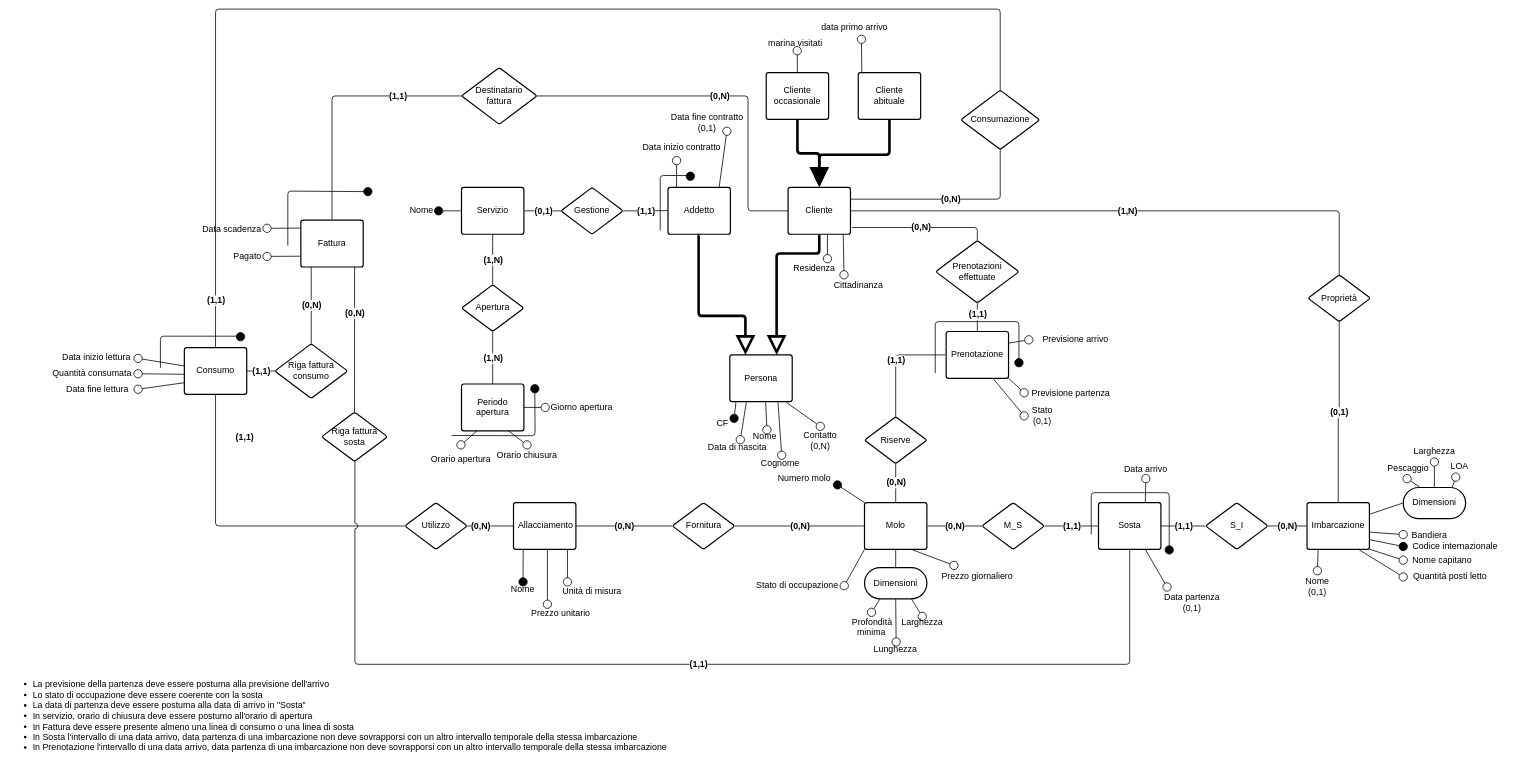
Above: page "Concettuale ridotto" (4 of 5) of src_relazione_tex/Er.drawio in alessandro-massarenti/Progetto-basi-di-dati-2022 (draw.io), before the change. Source tidied: cells renumbered, new cells numbered last; positions are measured from the earlier drawing's top-left corner, leaving out a move shared by most shapes. Both pictures are drawn from the tidied source at 52%, with x=0, y=0 at pixel (9, 9).
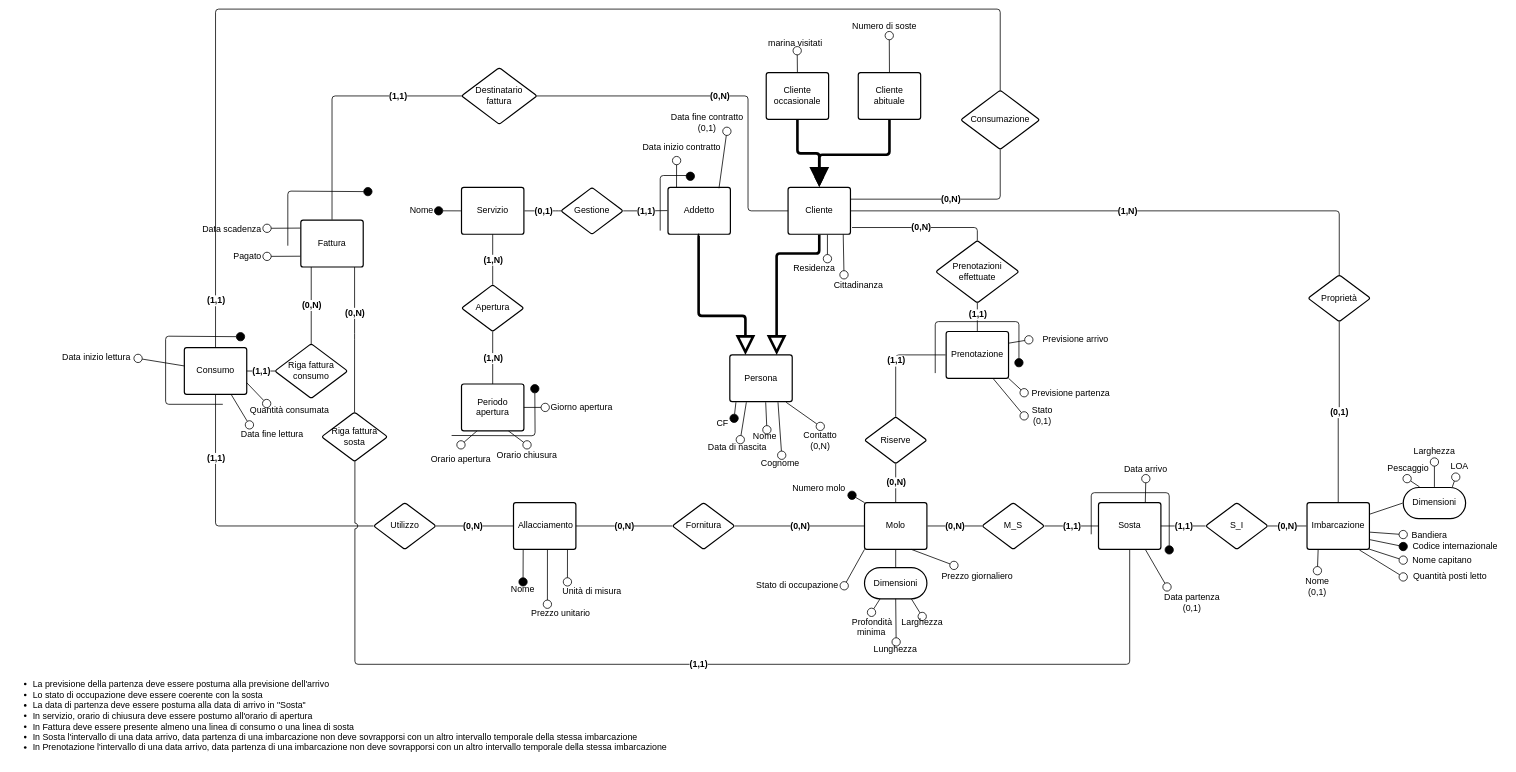
Above is the later version.

Commit message:
Cambiata la chiave di Consumo

Unchanged cells that the change refers to:
```xml
<mxCell id="96" value="Cliente abituale" style="html=1;overflow=block;blockSpacing=1;whiteSpace=wrap;fontSize=17;fontColor=#000000;spacing=9;strokeColor=#000000;strokeOpacity=100;rounded=1;absoluteArcSize=1;arcSize=9;strokeWidth=2.3;" parent="1" vertex="1">
  <mxGeometry x="1633" y="122" width="120" height="90" as="geometry" />
</mxCell>
<mxCell id="125" value="Consumo" style="html=1;overflow=block;blockSpacing=1;whiteSpace=wrap;fontSize=17;fontColor=#000000;spacing=9;strokeColor=#000000;strokeOpacity=100;rounded=1;absoluteArcSize=1;arcSize=9;strokeWidth=2.3;fillColor=none;" parent="1" vertex="1">
  <mxGeometry x="337" y="651" width="120" height="90" as="geometry" />
</mxCell>
<mxCell id="142" style="html=1;jettySize=18;whiteSpace=wrap;fontSize=17;strokeColor=#000000;strokeWidth=1.5;rounded=1;arcSize=12;edgeStyle=orthogonalEdgeStyle;jumpStyle=arc;startArrow=none;endArrow=none;exitX=0;exitY=0.5;entryX=1;entryY=0.5;entryDx=0;entryDy=0;exitDx=0;exitDy=0;" parent="1" edge="1" source="32" target="141">
  <mxGeometry relative="1" as="geometry" />
</mxCell>
<mxCell id="144" style="html=1;jettySize=18;whiteSpace=wrap;fontSize=17;fontColor=#000000;fontStyle=1;strokeColor=#000000;strokeWidth=1.5;rounded=1;arcSize=12;edgeStyle=orthogonalEdgeStyle;startArrow=none;endArrow=none;exitX=0;exitY=0.5;exitDx=0;exitDy=0;entryX=0.5;entryY=1;entryDx=0;entryDy=0;" parent="1" edge="1" source="141" target="125">
  <mxGeometry relative="1" as="geometry">
    <Array as="points">
      <mxPoint x="397" y="994" />
    </Array>
  </mxGeometry>
</mxCell>
```

Diff of the diagram source:
```diff
@@
     <mxCell id="18" value="Quantità consumata" style="html=1;overflow=block;blockSpacing=1;whiteSpace=wrap;fontSize=17;fontColor=#000000;spacing=0;fillColor=none;strokeWidth=1.5;strokeColor=none;" parent="1" vertex="1">
-      <mxGeometry x="71" y="687" width="177" height="27" as="geometry" />
+      <mxGeometry x="451" y="758.5" width="177" height="27" as="geometry" />
     </mxCell>
@@
-    <mxCell id="20" value="data primo arrivo" style="html=1;overflow=block;blockSpacing=1;whiteSpace=wrap;fontSize=17;fontColor=#000000;spacing=0;fillColor=none;strokeWidth=1.5;strokeColor=none;" parent="1" vertex="1">
-      <mxGeometry x="1536" y="13" width="180" height="45" as="geometry" />
+    <mxCell id="20" value="Numero di soste" style="html=1;overflow=block;blockSpacing=1;whiteSpace=wrap;fontSize=17;fontColor=#000000;spacing=0;fillColor=none;strokeWidth=1.5;strokeColor=none;" parent="1" vertex="1">
+      <mxGeometry x="1621" y="14" width="125" height="37" as="geometry" />
     </mxCell>
@@
     <mxCell id="22" value="Data fine lettura" style="html=1;overflow=block;blockSpacing=1;whiteSpace=wrap;fontSize=17;fontColor=#000000;spacing=0;fillColor=none;strokeWidth=1.5;strokeColor=none;" parent="1" vertex="1">
-      <mxGeometry x="92" y="721" width="156" height="20" as="geometry" />
+      <mxGeometry x="441" y="802.5" width="130" height="32" as="geometry" />
     </mxCell>
@@
-    <mxCell id="101" style="html=1;jettySize=18;whiteSpace=wrap;fontSize=17;strokeColor=#000000;strokeWidth=1.5;rounded=1;arcSize=12;startArrow=none;endArrow=oval;endFill=0;endSize=16;exitX=0.057;exitY=-0.012;exitPerimeter=0;entryX=0.573;entryY=1;entryPerimeter=0;" parent="1" edge="1" source="96" target="20">
+    <mxCell id="101" style="html=1;jettySize=18;whiteSpace=wrap;fontSize=17;strokeColor=#000000;strokeWidth=1.5;rounded=1;arcSize=12;startArrow=none;endArrow=oval;endFill=0;endSize=16;exitX=0.5;exitY=0;entryX=0.573;entryY=1;entryPerimeter=0;exitDx=0;exitDy=0;" parent="1" edge="1" source="96" target="20">
       <mxGeometry relative="1" as="geometry" />
     </mxCell>
@@
-    <mxCell id="127" style="html=1;jettySize=18;whiteSpace=wrap;fontSize=17;strokeColor=#000000;strokeWidth=1.5;rounded=1;arcSize=12;startArrow=none;endArrow=oval;endFill=0;endSize=16;exitX=0;exitY=0.75;entryX=1;entryY=0.5;entryPerimeter=0;exitDx=0;exitDy=0;" parent="1" edge="1" source="125" target="22">
+    <mxCell id="127" style="html=1;jettySize=18;whiteSpace=wrap;fontSize=17;strokeColor=#000000;strokeWidth=1.5;rounded=1;arcSize=12;startArrow=none;endArrow=oval;endFill=0;endSize=16;exitX=0.75;exitY=1;entryX=0.163;entryY=-0.092;exitDx=0;exitDy=0;entryDx=0;entryDy=0;entryPerimeter=0;" parent="1" edge="1" source="125" target="22">
       <mxGeometry relative="1" as="geometry" />
     </mxCell>
-    <mxCell id="128" style="html=1;jettySize=18;whiteSpace=wrap;fontSize=17;strokeColor=#000000;strokeWidth=1.5;rounded=1;arcSize=12;startArrow=none;endArrow=oval;endFill=0;endSize=16;exitX=0.004;exitY=0.57;exitPerimeter=0;entryX=1;entryY=0.528;entryPerimeter=0;exitDx=0;exitDy=0;" parent="1" edge="1" source="125" target="18">
+    <mxCell id="128" style="html=1;jettySize=18;whiteSpace=wrap;fontSize=17;strokeColor=#000000;strokeWidth=1.5;rounded=1;arcSize=12;startArrow=none;endArrow=oval;endFill=0;endSize=16;exitX=1;exitY=0.75;entryX=0.25;entryY=0;exitDx=0;exitDy=0;entryDx=0;entryDy=0;" parent="1" edge="1" source="125" target="18">
       <mxGeometry relative="1" as="geometry" />
     </mxCell>
@@
     <mxCell id="141" value="Utilizzo" style="html=1;overflow=block;blockSpacing=1;whiteSpace=wrap;rhombus;fontSize=17;fontColor=#000000;spacing=3.8;strokeColor=#000000;strokeOpacity=100;rounded=1;absoluteArcSize=1;arcSize=9;strokeWidth=2.3;" parent="1" vertex="1">
-      <mxGeometry x="761" y="949" width="120" height="90" as="geometry" />
+      <mxGeometry x="701" y="949" width="120" height="90" as="geometry" />
     </mxCell>
@@
     <mxCell id="143" value="(0,N)" style="text;html=1;labelBackgroundColor=default;align=center;verticalAlign=middle;fontStyle=1;fontColor=#000000;fontSize=17;" parent="142" vertex="1">
-      <mxGeometry x="0.44" relative="1" as="geometry" />
+      <mxGeometry x="0.44" relative="1" as="geometry">
+        <mxPoint x="28" as="offset" />
+      </mxGeometry>
     </mxCell>
@@
     <mxCell id="145" value="(1,1)" style="text;html=1;labelBackgroundColor=default;align=center;verticalAlign=middle;fontStyle=1;fontColor=#000000;fontSize=17;" parent="144" vertex="1">
       <mxGeometry relative="1" as="geometry">
-        <mxPoint y="-170" as="offset" />
+        <mxPoint x="-25" y="-131" as="offset" />
       </mxGeometry>
     </mxCell>
     <mxCell id="146" value="Numero molo" style="html=1;overflow=block;blockSpacing=1;whiteSpace=wrap;fontSize=17;fontColor=#000000;spacing=0;fillColor=none;strokeWidth=1.5;strokeColor=none;" parent="1" vertex="1">
-      <mxGeometry x="1466" y="890" width="127" height="25" as="geometry" />
+      <mxGeometry x="1494" y="910" width="127" height="25" as="geometry" />
     </mxCell>
@@
     <mxCell id="156" style="html=1;jettySize=18;whiteSpace=wrap;fontSize=17;strokeColor=#000000;strokeWidth=1.5;rounded=1;arcSize=12;edgeStyle=orthogonalEdgeStyle;startArrow=none;endArrow=oval;endFill=1;endSize=16;" parent="1" edge="1">
       <mxGeometry relative="1" as="geometry">
-        <mxPoint x="291" y="690" as="sourcePoint" />
+        <mxPoint x="411" y="760" as="sourcePoint" />
         <mxPoint x="445" y="630" as="targetPoint" />
         <Array as="points">
-          <mxPoint x="291" y="629" />
-          <mxPoint x="441" y="629" />
+          <mxPoint x="411" y="760" />
+          <mxPoint x="301" y="760" />
+          <mxPoint x="301" y="629" />
+          <mxPoint x="445" y="629" />
         </Array>
       </mxGeometry>
     </mxCell>
```
